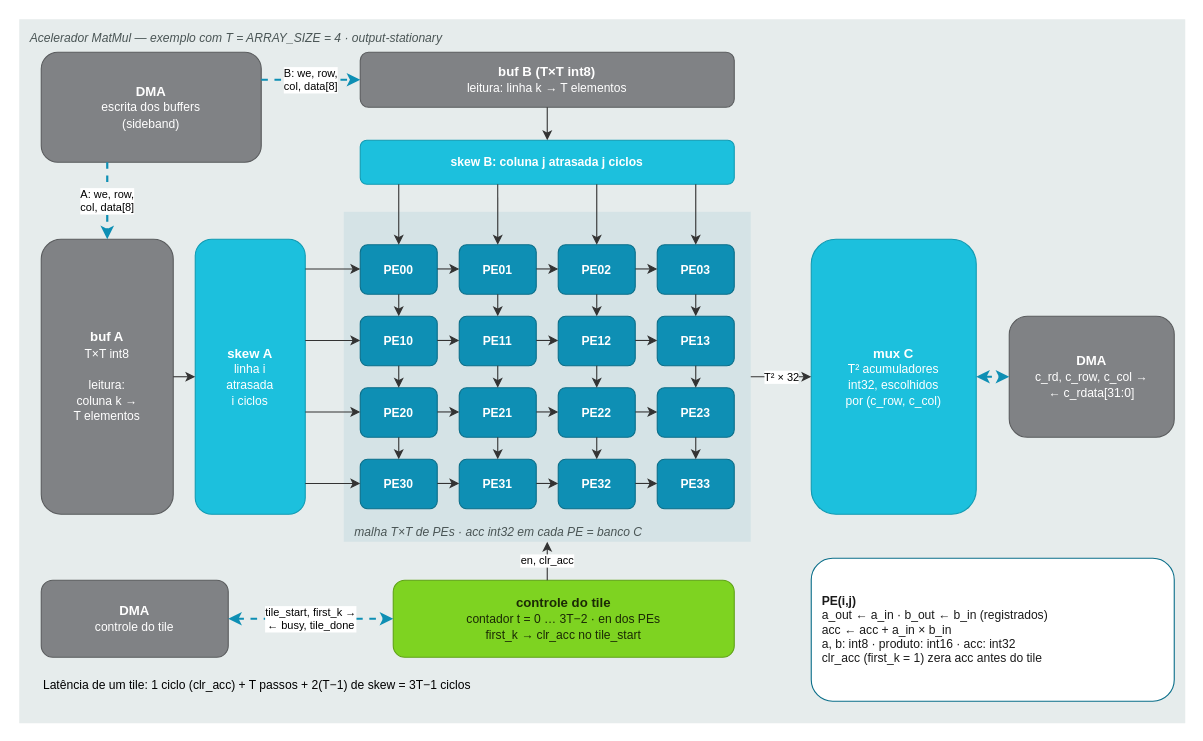
jairsdev/rv32-dma keeps this draw.io diagram as docs/img/accel.drawio. Above is the earlier version. Source tidied: cells renumbered, new cells numbered last; positions are measured from the earlier drawing's top-left corner, leaving out a move shared by most shapes. Both pictures are drawn from the tidied source at 110%, with x=0, y=0 at pixel (19, 19).
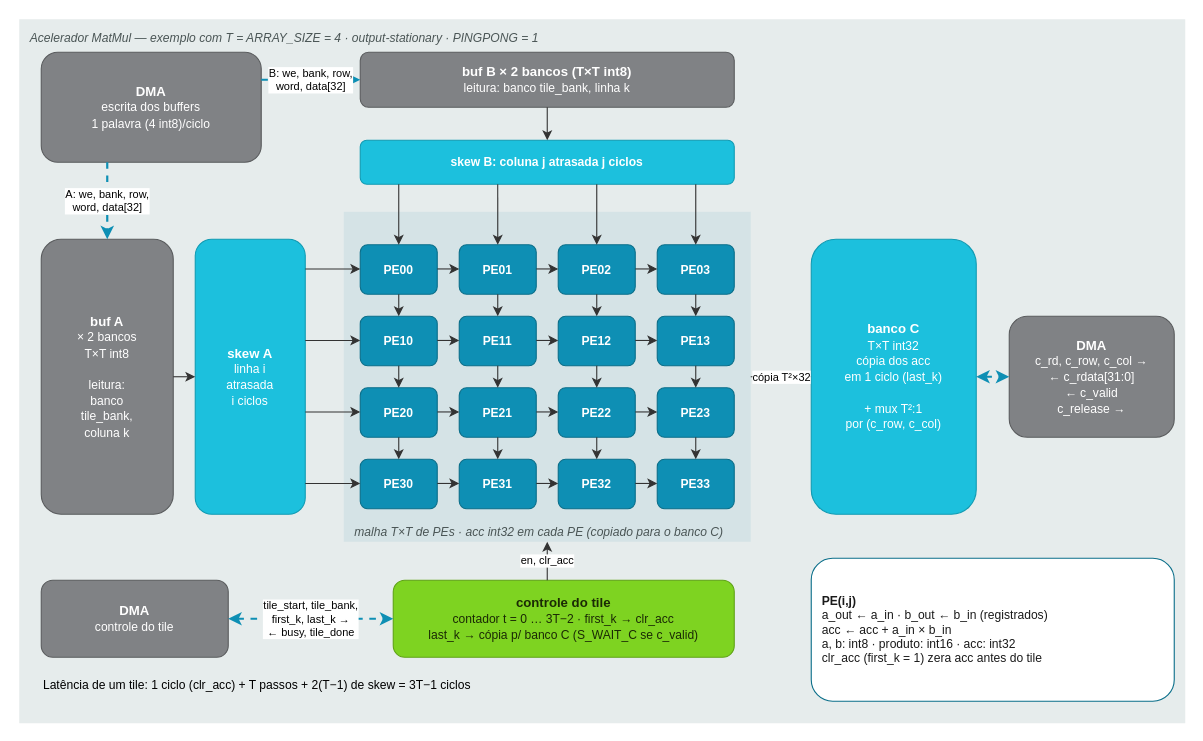
The same page after the edit.

Commit message (it also covers changes not shown here):
Atualiza diagramas existentes para AXI4 burst e ping-pong

Unchanged cells that the change refers to:
```xml
<mxCell id="66" value="DMA&lt;br&gt;&lt;span style='font-weight:normal;font-size:11px'&gt;controle do tile&lt;/span&gt;" style="whiteSpace=wrap;html=1;fontSize=12;fontStyle=1;rounded=1;fillColor=#808285;strokeColor=#5A5C5E;fontColor=#FFFFFF;" parent="1" vertex="1">
  <mxGeometry x="20" y="510" width="170" height="70" as="geometry" />
</mxCell>
```

What changed in the source:
```diff
@@
-    <mxCell id="2" value="Acelerador MatMul — exemplo com T = ARRAY_SIZE = 4 · output-stationary" style="rounded=0;whiteSpace=wrap;html=1;fillColor=#E6ECEC;strokeColor=none;fontSize=11;fontStyle=2;fontColor=#4A5555;align=left;verticalAlign=top;spacingLeft=8;spacingTop=4;" parent="1" vertex="1">
+    <mxCell id="2" value="Acelerador MatMul — exemplo com T = ARRAY_SIZE = 4 · output-stationary · PINGPONG = 1" style="rounded=0;whiteSpace=wrap;html=1;fillColor=#E6ECEC;strokeColor=none;fontSize=11;fontStyle=2;fontColor=#4A5555;align=left;verticalAlign=top;spacingLeft=8;spacingTop=4;" parent="1" vertex="1">
       <mxGeometry width="1060" height="640" as="geometry" />
     </mxCell>
-    <mxCell id="3" value="malha T×T de PEs · acc int32 em cada PE = banco C" style="rounded=0;whiteSpace=wrap;html=1;fillColor=#E6ECEC;strokeColor=none;fontSize=11;fontStyle=2;fontColor=#4A5555;align=left;verticalAlign=bottom;spacingLeft=8;spacingTop=4;fillColor=#D5E3E6;" parent="1" vertex="1">
+    <mxCell id="3" value="malha T×T de PEs · acc int32 em cada PE (copiado para o banco C)" style="rounded=0;whiteSpace=wrap;html=1;fillColor=#E6ECEC;strokeColor=none;fontSize=11;fontStyle=2;fontColor=#4A5555;align=left;verticalAlign=bottom;spacingLeft=8;spacingTop=4;fillColor=#D5E3E6;" parent="1" vertex="1">
       <mxGeometry x="295" y="175" width="370" height="300" as="geometry" />
     </mxCell>
-    <mxCell id="4" value="DMA&lt;br&gt;&lt;span style='font-weight:normal;font-size:11px'&gt;escrita dos buffers&lt;br&gt;(sideband)&lt;/span&gt;" style="whiteSpace=wrap;html=1;fontSize=12;fontStyle=1;rounded=1;fillColor=#808285;strokeColor=#5A5C5E;fontColor=#FFFFFF;" parent="1" vertex="1">
+    <mxCell id="4" value="DMA&lt;br&gt;&lt;span style='font-weight:normal;font-size:11px'&gt;escrita dos buffers&lt;br&gt;1 palavra (4 int8)/ciclo&lt;/span&gt;" style="whiteSpace=wrap;html=1;fontSize=12;fontStyle=1;rounded=1;fillColor=#808285;strokeColor=#5A5C5E;fontColor=#FFFFFF;" parent="1" vertex="1">
       <mxGeometry x="20" y="30" width="200" height="100" as="geometry" />
     </mxCell>
-    <mxCell id="5" value="buf B (T×T int8)&lt;br&gt;&lt;span style='font-weight:normal;font-size:11px'&gt;leitura: linha k → T elementos&lt;/span&gt;" style="whiteSpace=wrap;html=1;fontSize=12;fontStyle=1;rounded=1;fillColor=#808285;strokeColor=#5A5C5E;fontColor=#FFFFFF;" parent="1" vertex="1">
+    <mxCell id="5" value="buf B × 2 bancos (T×T int8)&lt;br&gt;&lt;span style='font-weight:normal;font-size:11px'&gt;leitura: banco tile_bank, linha k&lt;/span&gt;" style="whiteSpace=wrap;html=1;fontSize=12;fontStyle=1;rounded=1;fillColor=#808285;strokeColor=#5A5C5E;fontColor=#FFFFFF;" parent="1" vertex="1">
       <mxGeometry x="310" y="30" width="340" height="50" as="geometry" />
     </mxCell>
@@
-    <mxCell id="7" value="buf A&lt;br&gt;&lt;span style='font-weight:normal;font-size:11px'&gt;T×T int8&lt;br&gt;&lt;br&gt;leitura:&lt;br&gt;coluna k →&lt;br&gt;T elementos&lt;/span&gt;" style="whiteSpace=wrap;html=1;fontSize=12;fontStyle=1;rounded=1;fillColor=#808285;strokeColor=#5A5C5E;fontColor=#FFFFFF;" parent="1" vertex="1">
+    <mxCell id="7" value="buf A&lt;br&gt;&lt;span style='font-weight:normal;font-size:11px'&gt;× 2 bancos&lt;br&gt;T×T int8&lt;br&gt;&lt;br&gt;leitura:&lt;br&gt;banco&lt;br&gt;tile_bank,&lt;br&gt;coluna k&lt;/span&gt;" style="whiteSpace=wrap;html=1;fontSize=12;fontStyle=1;rounded=1;fillColor=#808285;strokeColor=#5A5C5E;fontColor=#FFFFFF;" parent="1" vertex="1">
       <mxGeometry x="20" y="200" width="120" height="250" as="geometry" />
     </mxCell>
@@
-    <mxCell id="9" value="A: we, row,&lt;br&gt;col, data[8]" style="edgeStyle=orthogonalEdgeStyle;rounded=0;html=1;fontSize=10;labelBackgroundColor=#FFFFFF;startArrow=classic;startFill=1;endArrow=classic;endFill=1;strokeWidth=2;strokeColor=#333333;dashed=1;strokeColor=#0E8FB4;startArrow=none;exitX=0.3000;exitY=1.0000;exitDx=0;exitDy=0;entryX=0.5000;entryY=0.0000;entryDx=0;entryDy=0;" parent="1" edge="1" source="4" target="7">
+    <mxCell id="9" value="A: we, bank, row,&lt;br&gt;word, data[32]" style="edgeStyle=orthogonalEdgeStyle;rounded=0;html=1;fontSize=10;labelBackgroundColor=#FFFFFF;startArrow=classic;startFill=1;endArrow=classic;endFill=1;strokeWidth=2;strokeColor=#333333;dashed=1;strokeColor=#0E8FB4;startArrow=none;exitX=0.3000;exitY=1.0000;exitDx=0;exitDy=0;entryX=0.5000;entryY=0.0000;entryDx=0;entryDy=0;" parent="1" edge="1" source="4" target="7">
       <mxGeometry relative="1" as="geometry" />
     </mxCell>
-    <mxCell id="10" value="B: we, row,&lt;br&gt;col, data[8]" style="edgeStyle=orthogonalEdgeStyle;rounded=0;html=1;fontSize=10;labelBackgroundColor=#FFFFFF;startArrow=classic;startFill=1;endArrow=classic;endFill=1;strokeWidth=2;strokeColor=#333333;dashed=1;strokeColor=#0E8FB4;startArrow=none;exitX=1.0000;exitY=0.2500;exitDx=0;exitDy=0;entryX=0.0000;entryY=0.5000;entryDx=0;entryDy=0;" parent="1" edge="1" source="4" target="5">
+    <mxCell id="10" value="B: we, bank, row,&lt;br&gt;word, data[32]" style="edgeStyle=orthogonalEdgeStyle;rounded=0;html=1;fontSize=10;labelBackgroundColor=#FFFFFF;startArrow=classic;startFill=1;endArrow=classic;endFill=1;strokeWidth=2;strokeColor=#333333;dashed=1;strokeColor=#0E8FB4;startArrow=none;exitX=1.0000;exitY=0.2500;exitDx=0;exitDy=0;entryX=0.0000;entryY=0.5000;entryDx=0;entryDy=0;" parent="1" edge="1" source="4" target="5">
       <mxGeometry relative="1" as="geometry" />
     </mxCell>
@@
-    <mxCell id="61" value="mux C&lt;br&gt;&lt;span style='font-weight:normal;font-size:11px'&gt;T² acumuladores&lt;br&gt;int32, escolhidos&lt;br&gt;por (c_row, c_col)&lt;/span&gt;" style="whiteSpace=wrap;html=1;fontSize=12;fontStyle=1;rounded=1;fillColor=#1CC0DD;strokeColor=#119BB3;fontColor=#FFFFFF;" parent="1" vertex="1">
+    <mxCell id="61" value="banco C&lt;br&gt;&lt;span style='font-weight:normal;font-size:11px'&gt;T×T int32&lt;br&gt;cópia dos acc&lt;br&gt;em 1 ciclo (last_k)&lt;br&gt;&lt;br&gt;+ mux T²:1&lt;br&gt;por (c_row, c_col)&lt;/span&gt;" style="whiteSpace=wrap;html=1;fontSize=12;fontStyle=1;rounded=1;fillColor=#1CC0DD;strokeColor=#119BB3;fontColor=#FFFFFF;" parent="1" vertex="1">
       <mxGeometry x="720" y="200" width="150" height="250" as="geometry" />
     </mxCell>
-    <mxCell id="62" value="DMA&lt;br&gt;&lt;span style='font-weight:normal;font-size:11px'&gt;c_rd, c_row, c_col →&lt;br&gt;← c_rdata[31:0]&lt;/span&gt;" style="whiteSpace=wrap;html=1;fontSize=12;fontStyle=1;rounded=1;fillColor=#808285;strokeColor=#5A5C5E;fontColor=#FFFFFF;" parent="1" vertex="1">
+    <mxCell id="62" value="DMA&lt;br&gt;&lt;span style='font-weight:normal;font-size:11px'&gt;c_rd, c_row, c_col →&lt;br&gt;← c_rdata[31:0]&lt;br&gt;← c_valid&lt;br&gt;c_release →&lt;/span&gt;" style="whiteSpace=wrap;html=1;fontSize=12;fontStyle=1;rounded=1;fillColor=#808285;strokeColor=#5A5C5E;fontColor=#FFFFFF;" parent="1" vertex="1">
       <mxGeometry x="900" y="270" width="150" height="110" as="geometry" />
     </mxCell>
-    <mxCell id="63" value="T² × 32" style="edgeStyle=orthogonalEdgeStyle;rounded=0;html=1;fontSize=10;labelBackgroundColor=#FFFFFF;startArrow=classic;startFill=1;endArrow=classic;endFill=1;strokeWidth=2;strokeColor=#333333;strokeWidth=1;startArrow=none;strokeColor=#333333;exitX=1.0000;exitY=0.5000;exitDx=0;exitDy=0;entryX=0.0000;entryY=0.5000;entryDx=0;entryDy=0;" parent="1" edge="1" source="3" target="61">
+    <mxCell id="63" value="cópia T²×32" style="edgeStyle=orthogonalEdgeStyle;rounded=0;html=1;fontSize=10;labelBackgroundColor=#FFFFFF;startArrow=classic;startFill=1;endArrow=classic;endFill=1;strokeWidth=2;strokeColor=#333333;strokeWidth=1;startArrow=none;strokeColor=#333333;exitX=1.0000;exitY=0.5000;exitDx=0;exitDy=0;entryX=0.0000;entryY=0.5000;entryDx=0;entryDy=0;" parent="1" edge="1" source="3" target="61">
       <mxGeometry relative="1" as="geometry" />
     </mxCell>
@@
-    <mxCell id="65" value="controle do tile&lt;br&gt;&lt;span style='font-weight:normal;font-size:11px'&gt;contador t = 0 … 3T−2 · en dos PEs&lt;br&gt;first_k → clr_acc no tile_start&lt;/span&gt;" style="whiteSpace=wrap;html=1;fontSize=12;fontStyle=1;rounded=1;fillColor=#7ED321;strokeColor=#5FA316;fontColor=#1B2A05;" parent="1" vertex="1">
+    <mxCell id="65" value="controle do tile&lt;br&gt;&lt;span style='font-weight:normal;font-size:11px'&gt;contador t = 0 … 3T−2 · first_k → clr_acc&lt;br&gt;last_k → cópia p/ banco C (S_WAIT_C se c_valid)&lt;/span&gt;" style="whiteSpace=wrap;html=1;fontSize=12;fontStyle=1;rounded=1;fillColor=#7ED321;strokeColor=#5FA316;fontColor=#1B2A05;" parent="1" vertex="1">
       <mxGeometry x="340" y="510" width="310" height="70" as="geometry" />
     </mxCell>
@@
-    <mxCell id="67" value="tile_start, first_k →&lt;br&gt;← busy, tile_done" style="edgeStyle=orthogonalEdgeStyle;rounded=0;html=1;fontSize=10;labelBackgroundColor=#FFFFFF;startArrow=classic;startFill=1;endArrow=classic;endFill=1;strokeWidth=2;strokeColor=#333333;dashed=1;strokeColor=#0E8FB4;exitX=1.0000;exitY=0.5000;exitDx=0;exitDy=0;entryX=0.0000;entryY=0.5000;entryDx=0;entryDy=0;" parent="1" edge="1" source="66" target="65">
+    <mxCell id="67" value="tile_start, tile_bank,&lt;br&gt;first_k, last_k →&lt;br&gt;← busy, tile_done" style="edgeStyle=orthogonalEdgeStyle;rounded=0;html=1;fontSize=10;labelBackgroundColor=#FFFFFF;startArrow=classic;startFill=1;endArrow=classic;endFill=1;strokeWidth=2;strokeColor=#333333;dashed=1;strokeColor=#0E8FB4;exitX=1.0000;exitY=0.5000;exitDx=0;exitDy=0;entryX=0.0000;entryY=0.5000;entryDx=0;entryDy=0;" parent="1" edge="1" source="66" target="65">
       <mxGeometry relative="1" as="geometry" />
     </mxCell>
```
